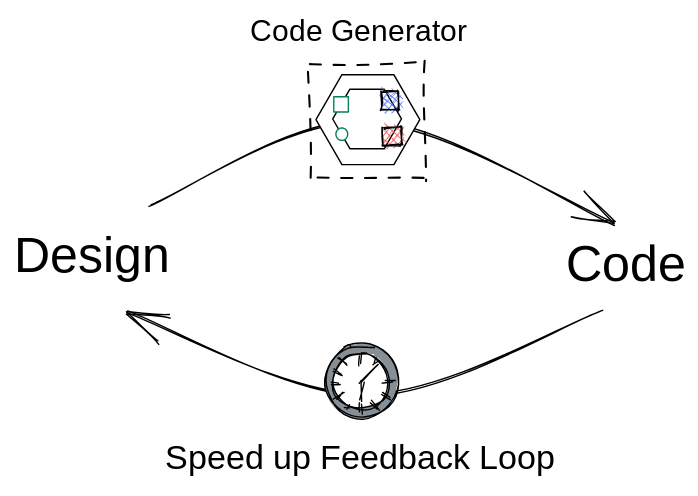
The Excalidraw diagram docs/ZenWave360-Design-Code-Loop.excalidraw.svg in ZenWave360/zenwave-sdk, before a commit. Source tidied: one line per element, renumbered; positions are measured from the earlier drawing's top-left corner, leaving out a move shared by most shapes.
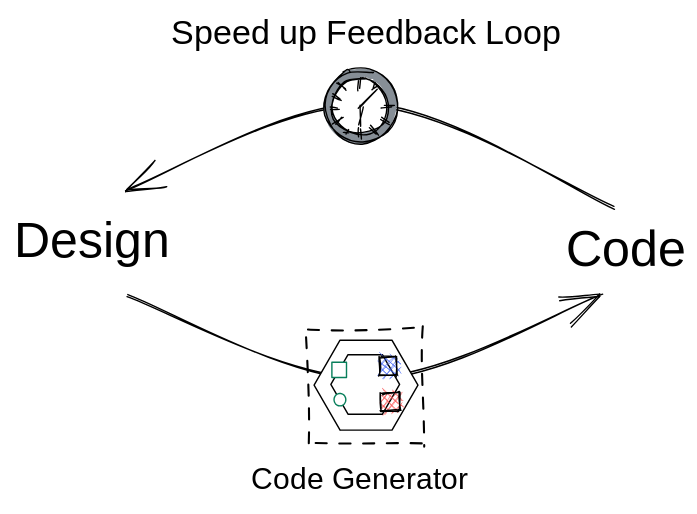
The same file after the commit.

Change to the diagram source:
```diff
@@ -1,28 +1,28 @@
-{"id": 0, "type": "text", "text": "Design", "strokeColor": "#000000", "strokeWidth": 1, "roughness": 1, "fontSize": 36, "fontFamily": 1, "x": 0, "y": 152, "width": 111, "height": 45}
+{"id": 0, "type": "text", "text": "Design", "strokeColor": "#000000", "strokeWidth": 1, "roughness": 1, "fontSize": 36, "fontFamily": 1, "x": 1, "y": 337, "width": 110, "height": 45}
-{"id": 1, "type": "text", "text": "Code", "strokeColor": "#000000", "angle": 6.28, "strokeWidth": 1, "roughness": 1, "fontSize": 36, "fontFamily": 1, "x": 395, "y": 159, "width": 84, "height": 45}
+{"id": 1, "type": "text", "text": "Code", "strokeColor": "#000000", "angle": 6.28, "strokeWidth": 1, "roughness": 1, "fontSize": 36, "fontFamily": 1, "x": 395, "y": 344, "width": 83, "height": 45}
-{"id": 2, "type": "arrow", "strokeColor": "#000000", "strokeWidth": 1, "roughness": 1, "endArrowhead": "arrow", "from": 0, "to": 1, "x": 98, "y": 138, "width": 331, "height": 75, "points": [[0, 0], [156, -63], [331, 13]]}
+{"id": 2, "type": "arrow", "strokeColor": "#000000", "strokeWidth": 1, "roughness": 1, "startArrowhead": "arrow", "round": true, "from": 0, "to": 1, "x": 82, "y": 323, "width": 348, "height": 75, "points": [[0, 0], [172, -63], [348, 12]]}
-{"id": 3, "type": "arrow", "strokeColor": "#000000", "strokeWidth": 1, "roughness": 1, "endArrowhead": "arrow", "from": 1, "to": 0, "x": 420, "y": 212, "width": 339, "height": 60, "points": [[0, 0], [-169, 60], [-339, 0]]}
+{"id": 3, "type": "arrow", "strokeColor": "#000000", "strokeWidth": 1, "roughness": 1, "startArrowhead": "arrow", "round": true, "from": 1, "to": 0, "x": 420, "y": 397, "width": 339, "height": 60, "points": [[0, 0], [-169, 60], [-339, 0]]}
-{"id": 4, "type": "text", "text": "Speed up Feedback Loop", "strokeColor": "#000000", "backgroundColor": "#868e96", "fillStyle": "solid", "strokeWidth": 1, "roughness": 1, "fontSize": 24.0, "fontFamily": 1, "x": 108, "y": 305, "width": 287, "height": 30}
+{"id": 4, "type": "text", "text": "Speed up Feedback Loop", "strokeColor": "#000000", "backgroundColor": "#868e96", "fillStyle": "solid", "strokeWidth": 1, "roughness": 1, "fontSize": 24.0, "fontFamily": 1, "round": true, "x": 113, "y": 197, "width": 286, "height": 30}
-{"id": 5, "type": "ellipse", "strokeColor": "#000000", "backgroundColor": "#868e96", "fillStyle": "solid", "strokeWidth": 1, "roughness": 1, "x": 222, "y": 236, "width": 53, "height": 53}
+{"id": 5, "type": "ellipse", "strokeColor": "#000000", "backgroundColor": "#868e96", "fillStyle": "solid", "strokeWidth": 1, "roughness": 1, "round": true, "x": 222, "y": 236, "width": 53, "height": 53}
 {"id": 6, "type": "ellipse", "strokeColor": "#000000", "backgroundColor": "white", "fillStyle": "solid", "strokeWidth": 1, "roughness": 1, "x": 228, "y": 242, "width": 40, "height": 40}
-{"id": 7, "type": "line", "strokeColor": "#000000", "backgroundColor": "white", "fillStyle": "solid", "strokeWidth": 1, "roughness": 1, "x": 248, "y": 264, "width": 13, "height": 12, "points": [[0, 0], [13, -12]]}
+{"id": 7, "type": "line", "strokeColor": "#000000", "backgroundColor": "white", "fillStyle": "solid", "strokeWidth": 1, "roughness": 1, "round": true, "x": 248, "y": 264, "width": 13, "height": 12, "points": [[0, 0], [13, -12]]}
-{"id": 8, "type": "line", "strokeColor": "#000000", "backgroundColor": "#868e96", "fillStyle": "solid", "strokeWidth": 1, "roughness": 1, "x": 248, "y": 277, "width": 1, "height": 15, "points": [[0, 0], [1, -15]]}
+{"id": 8, "type": "line", "strokeColor": "#000000", "backgroundColor": "#868e96", "fillStyle": "solid", "strokeWidth": 1, "roughness": 1, "round": true, "x": 248, "y": 277, "width": 1, "height": 15, "points": [[0, 0], [1, -15]]}
-{"id": 9, "type": "line", "strokeColor": "#000000", "backgroundColor": "#868e96", "fillStyle": "solid", "strokeWidth": 1, "roughness": 1, "x": 248, "y": 243, "width": 0, "height": 7, "points": [[0, 0], [0, 7]]}
+{"id": 9, "type": "line", "strokeColor": "#000000", "backgroundColor": "#868e96", "fillStyle": "solid", "strokeWidth": 1, "roughness": 1, "round": true, "x": 248, "y": 243, "width": 0, "height": 7, "points": [[0, 0], [0, 7]]}
-{"id": 10, "type": "line", "strokeColor": "#000000", "backgroundColor": "#868e96", "fillStyle": "solid", "strokeWidth": 1, "roughness": 1, "x": 260, "y": 246, "width": 2, "height": 4, "points": [[0, 0], [-2, 4]]}
+{"id": 10, "type": "line", "strokeColor": "#000000", "backgroundColor": "#868e96", "fillStyle": "solid", "strokeWidth": 1, "roughness": 1, "round": true, "x": 260, "y": 246, "width": 2, "height": 4, "points": [[0, 0], [-2, 4]]}
-{"id": 11, "type": "line", "strokeColor": "#000000", "backgroundColor": "#868e96", "fillStyle": "solid", "strokeWidth": 1, "roughness": 1, "x": 271, "y": 263, "width": 7, "height": 1, "points": [[0, 0], [-7, 1]]}
+{"id": 11, "type": "line", "strokeColor": "#000000", "backgroundColor": "#868e96", "fillStyle": "solid", "strokeWidth": 1, "roughness": 1, "round": true, "x": 271, "y": 263, "width": 7, "height": 1, "points": [[0, 0], [-7, 1]]}
-{"id": 12, "type": "line", "strokeColor": "#000000", "angle": 1.69, "backgroundColor": "#868e96", "fillStyle": "solid", "strokeWidth": 1, "roughness": 1, "x": 252, "y": 282, "width": 7, "height": 1, "points": [[0, 0], [-7, 1]]}
+{"id": 12, "type": "line", "strokeColor": "#000000", "angle": 1.69, "backgroundColor": "#868e96", "fillStyle": "solid", "strokeWidth": 1, "roughness": 1, "round": true, "x": 252, "y": 282, "width": 7, "height": 1, "points": [[0, 0], [-7, 1]]}
-{"id": 13, "type": "line", "strokeColor": "#000000", "angle": 0.9, "backgroundColor": "#868e96", "fillStyle": "solid", "strokeWidth": 1, "roughness": 1, "x": 261, "y": 280, "width": 7, "height": 1, "points": [[0, 0], [-7, 1]]}
+{"id": 13, "type": "line", "strokeColor": "#000000", "angle": 0.9, "backgroundColor": "#868e96", "fillStyle": "solid", "strokeWidth": 1, "roughness": 1, "round": true, "x": 261, "y": 280, "width": 7, "height": 1, "points": [[0, 0], [-7, 1]]}
-{"id": 14, "type": "line", "strokeColor": "#000000", "angle": 0.79, "backgroundColor": "#868e96", "fillStyle": "solid", "strokeWidth": 1, "roughness": 1, "x": 269, "y": 273, "width": 7, "height": 1, "points": [[0, 0], [-7, 1]]}
+{"id": 14, "type": "line", "strokeColor": "#000000", "angle": 0.79, "backgroundColor": "#868e96", "fillStyle": "solid", "strokeWidth": 1, "roughness": 1, "round": true, "x": 269, "y": 273, "width": 7, "height": 1, "points": [[0, 0], [-7, 1]]}
-{"id": 15, "type": "line", "strokeColor": "#000000", "angle": 0.15, "backgroundColor": "#868e96", "fillStyle": "solid", "strokeWidth": 1, "roughness": 1, "x": 233, "y": 264, "width": 7, "height": 1, "points": [[0, 0], [-7, 1]]}
+{"id": 15, "type": "line", "strokeColor": "#000000", "angle": 0.15, "backgroundColor": "#868e96", "fillStyle": "solid", "strokeWidth": 1, "roughness": 1, "round": true, "x": 233, "y": 264, "width": 7, "height": 1, "points": [[0, 0], [-7, 1]]}
-{"id": 16, "type": "line", "strokeColor": "#000000", "angle": 0.46, "backgroundColor": "#868e96", "fillStyle": "solid", "strokeWidth": 1, "roughness": 1, "x": 235, "y": 256, "width": 7, "height": 1, "points": [[0, 0], [-7, 1]]}
+{"id": 16, "type": "line", "strokeColor": "#000000", "angle": 0.46, "backgroundColor": "#868e96", "fillStyle": "solid", "strokeWidth": 1, "roughness": 1, "round": true, "x": 235, "y": 256, "width": 7, "height": 1, "points": [[0, 0], [-7, 1]]}
-{"id": 17, "type": "line", "strokeColor": "#000000", "angle": 0.62, "backgroundColor": "#868e96", "fillStyle": "solid", "strokeWidth": 1, "roughness": 1, "x": 238, "y": 248, "width": 7, "height": 1, "points": [[0, 0], [-7, 1]]}
+{"id": 17, "type": "line", "strokeColor": "#000000", "angle": 0.62, "backgroundColor": "#868e96", "fillStyle": "solid", "strokeWidth": 1, "roughness": 1, "round": true, "x": 238, "y": 248, "width": 7, "height": 1, "points": [[0, 0], [-7, 1]]}
-{"id": 18, "type": "line", "strokeColor": "#000000", "angle": 5.74, "backgroundColor": "#868e96", "fillStyle": "solid", "strokeWidth": 1, "roughness": 1, "x": 236, "y": 272, "width": 7, "height": 1, "points": [[0, 0], [-7, 1]]}
+{"id": 18, "type": "line", "strokeColor": "#000000", "angle": 5.74, "backgroundColor": "#868e96", "fillStyle": "solid", "strokeWidth": 1, "roughness": 1, "round": true, "x": 236, "y": 272, "width": 7, "height": 1, "points": [[0, 0], [-7, 1]]}
-{"id": 19, "type": "line", "strokeColor": "#000000", "angle": 5.74, "backgroundColor": "#868e96", "fillStyle": "solid", "strokeWidth": 1, "roughness": 1, "x": 240, "y": 281, "width": 3, "height": 1, "points": [[0, 0], [-3, 1]]}
+{"id": 19, "type": "line", "strokeColor": "#000000", "angle": 5.74, "backgroundColor": "#868e96", "fillStyle": "solid", "strokeWidth": 1, "roughness": 1, "round": true, "x": 240, "y": 281, "width": 3, "height": 1, "points": [[0, 0], [-3, 1]]}
-{"id": 20, "type": "rectangle", "strokeColor": "#000000", "strokeWidth": 1, "strokeStyle": "dashed", "roughness": 1, "x": 211, "y": 35, "width": 83, "height": 83}
+{"id": 20, "type": "rectangle", "strokeColor": "#000000", "strokeWidth": 1, "strokeStyle": "dashed", "roughness": 1, "x": 210, "y": 421, "width": 83, "height": 83}
-{"id": 21, "type": "line", "strokeColor": "#000000", "angle": 1.57, "backgroundColor": "#fff", "fillStyle": "solid", "strokeWidth": 1, "roughness": 0, "x": 253, "y": 38, "width": 64, "height": 74, "points": [[0, 0], [32, 19], [32, 56], [0, 74], [-32, 56], [-32, 19], [0, 0]]}
+{"id": 21, "type": "line", "strokeColor": "#000000", "angle": 1.57, "backgroundColor": "#fff", "fillStyle": "solid", "strokeWidth": 1, "roughness": 0, "x": 252, "y": 425, "width": 64, "height": 74, "points": [[0, 0], [32, 19], [32, 56], [0, 74], [-32, 56], [-32, 19], [0, 0]]}
-{"id": 22, "type": "line", "strokeColor": "#000000", "angle": 1.57, "backgroundColor": "#fff", "fillStyle": "solid", "strokeWidth": 1, "roughness": 0, "x": 252, "y": 50, "width": 43, "height": 49, "points": [[0, 0], [21, 12], [21, 37], [0, 49], [-21, 37], [-21, 12], [0, 0]]}
+{"id": 22, "type": "line", "strokeColor": "#000000", "angle": 1.57, "backgroundColor": "#fff", "fillStyle": "solid", "strokeWidth": 1, "roughness": 0, "x": 252, "y": 437, "width": 43, "height": 49, "points": [[0, 0], [21, 12], [21, 37], [0, 49], [-21, 37], [-21, 12], [0, 0]]}
-{"id": 23, "type": "rectangle", "strokeColor": "#087f5b", "angle": 1.57, "backgroundColor": "#fff", "fillStyle": "solid", "strokeWidth": 1, "roughness": 0, "x": 228, "y": 59, "width": 11, "height": 10}
+{"id": 23, "type": "rectangle", "strokeColor": "#087f5b", "angle": 1.57, "backgroundColor": "#fff", "fillStyle": "solid", "strokeWidth": 1, "roughness": 0, "x": 228, "y": 446, "width": 11, "height": 10}
-{"id": 24, "type": "ellipse", "strokeColor": "#087f5b", "angle": 1.57, "backgroundColor": "#fff", "fillStyle": "solid", "strokeWidth": 1, "roughness": 0, "x": 230, "y": 82, "width": 9, "height": 8}
+{"id": 24, "type": "ellipse", "strokeColor": "#087f5b", "angle": 1.57, "backgroundColor": "#fff", "fillStyle": "solid", "strokeWidth": 1, "roughness": 0, "x": 229, "y": 468, "width": 9, "height": 8}
-{"id": 25, "type": "rectangle", "strokeColor": "#000000", "backgroundColor": "#fa5252", "fillStyle": "cross-hatch", "strokeWidth": 1, "roughness": 1, "x": 263, "y": 81, "width": 13, "height": 13}
+{"id": 25, "type": "rectangle", "strokeColor": "#000000", "backgroundColor": "#fa5252", "fillStyle": "cross-hatch", "strokeWidth": 1, "roughness": 1, "x": 263, "y": 467, "width": 13, "height": 13}
-{"id": 26, "type": "rectangle", "strokeColor": "#000000", "backgroundColor": "#4c6ef5", "fillStyle": "cross-hatch", "strokeWidth": 1, "roughness": 1, "x": 262, "y": 56, "width": 13, "height": 13}
+{"id": 26, "type": "rectangle", "strokeColor": "#000000", "backgroundColor": "#4c6ef5", "fillStyle": "cross-hatch", "strokeWidth": 1, "roughness": 1, "x": 262, "y": 442, "width": 13, "height": 13}
-{"id": 27, "type": "text", "text": "Code Generator", "strokeColor": "#000000", "strokeWidth": 1, "strokeStyle": "dashed", "roughness": 1, "fontSize": 21.64, "fontFamily": 1, "x": 168, "y": 0, "width": 170, "height": 27}
+{"id": 27, "type": "text", "text": "Code Generator", "strokeColor": "#000000", "strokeWidth": 1, "strokeStyle": "dashed", "roughness": 1, "fontSize": 21.64, "fontFamily": 1, "x": 170, "y": 517, "width": 169, "height": 27}
```
